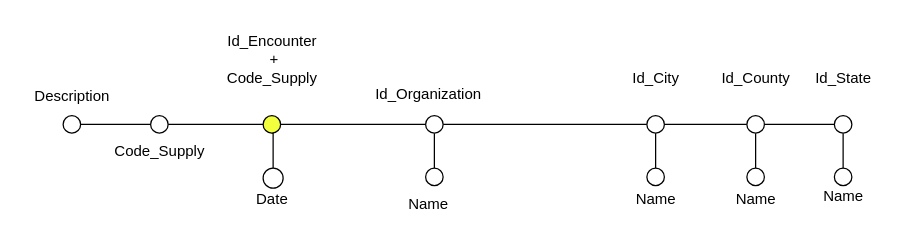
The draw.io diagram Alberi_Elaborated/Require.drawio in MircoPerna99/BigDataManagement_Team, before the edit. Source tidied: cells renumbered, new cells numbered last; positions are measured from the earlier drawing's top-left corner, leaving out a move shared by most shapes. Both pictures are drawn from the tidied source at 125%, with x=0, y=0 at pixel (21, 21).
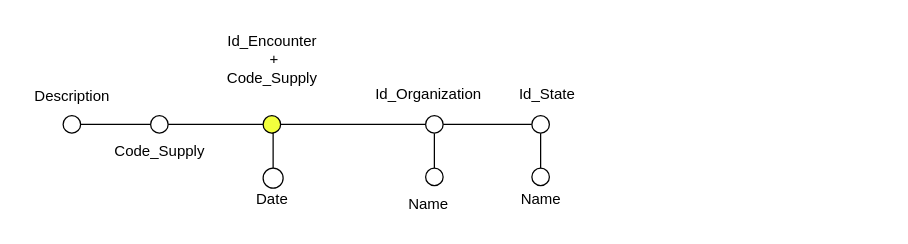
After the change.

Unchanged cells that the change refers to:
```xml
<mxCell id="14" style="ellipse;whiteSpace=wrap;html=1;fillColor=#FFFFFF;" parent="1" vertex="1">
  <mxGeometry x="323" y="75" width="14" height="14" as="geometry" />
</mxCell>
```

Change to the diagram source:
```diff
@@
-    <mxCell id="12" style="edgeStyle=orthogonalEdgeStyle;rounded=0;jettySize=auto;html=1;exitX=1;exitY=0.5;exitDx=0;exitDy=0;entryX=0;entryY=0.5;entryDx=0;entryDy=0;endArrow=none;startFill=0;endFill=1;" parent="1" edge="1" source="14" target="17">
-      <mxGeometry relative="1" as="geometry" />
-    </mxCell>
+    <mxCell id="37" style="edgeStyle=orthogonalEdgeStyle;rounded=0;jettySize=auto;html=1;exitX=1;exitY=0.5;exitDx=0;exitDy=0;entryX=0;entryY=0.5;entryDx=0;entryDy=0;endArrow=none;startFill=0;endFill=1;" parent="1" edge="1" source="14" target="38">
+      <mxGeometry relative="1" as="geometry" />
+    </mxCell>
@@
-    <mxCell id="16" style="edgeStyle=orthogonalEdgeStyle;rounded=0;jettySize=auto;html=1;exitX=1;exitY=0.5;exitDx=0;exitDy=0;entryX=0;entryY=0.5;entryDx=0;entryDy=0;endArrow=none;startFill=0;" parent="1" edge="1" source="17" target="26">
-      <mxGeometry relative="1" as="geometry" />
-    </mxCell>
-    <mxCell id="17" style="ellipse;whiteSpace=wrap;html=1;fillColor=#FFFFFF;" parent="1" vertex="1">
-      <mxGeometry x="500" y="75" width="14" height="14" as="geometry" />
-    </mxCell>
+    <mxCell id="38" style="ellipse;whiteSpace=wrap;html=1;fillColor=#FFFFFF;" parent="1" vertex="1">
+      <mxGeometry x="408" y="75" width="14" height="14" as="geometry" />
+    </mxCell>
@@
-    <mxCell id="20" value="Id_City" style="text;html=1;align=center;verticalAlign=middle;strokeColor=none;fillColor=none;" parent="1" vertex="1">
-      <mxGeometry x="477" y="30" width="60" height="30" as="geometry" />
-    </mxCell>
-    <mxCell id="21" style="edgeStyle=orthogonalEdgeStyle;rounded=0;jettySize=auto;html=1;entryX=0.5;entryY=1;entryDx=0;entryDy=0;endArrow=none;startFill=0;" parent="1" edge="1" source="22" target="17">
-      <mxGeometry relative="1" as="geometry" />
-    </mxCell>
-    <mxCell id="22" style="ellipse;whiteSpace=wrap;html=1;fillColor=#FFFFFF;" parent="1" vertex="1">
-      <mxGeometry x="500" y="117" width="14" height="14" as="geometry" />
-    </mxCell>
-    <mxCell id="23" value="Name" style="text;html=1;align=center;verticalAlign=middle;strokeColor=none;fillColor=none;" parent="1" vertex="1">
-      <mxGeometry x="477" y="127" width="60" height="30" as="geometry" />
-    </mxCell>
-    <mxCell id="24" style="edgeStyle=orthogonalEdgeStyle;rounded=0;jettySize=auto;html=1;exitX=0.5;exitY=1;exitDx=0;exitDy=0;entryX=0.5;entryY=0;entryDx=0;entryDy=0;endArrow=none;startFill=0;" parent="1" edge="1" source="26" target="28">
-      <mxGeometry relative="1" as="geometry" />
-    </mxCell>
-    <mxCell id="25" style="edgeStyle=orthogonalEdgeStyle;rounded=0;jettySize=auto;html=1;exitX=1;exitY=0.5;exitDx=0;exitDy=0;entryX=0;entryY=0.5;entryDx=0;entryDy=0;endArrow=none;startFill=0;" parent="1" edge="1" source="26" target="31">
-      <mxGeometry relative="1" as="geometry" />
-    </mxCell>
-    <mxCell id="26" style="ellipse;whiteSpace=wrap;html=1;fillColor=#FFFFFF;" parent="1" vertex="1">
-      <mxGeometry x="580" y="75" width="14" height="14" as="geometry" />
-    </mxCell>
-    <mxCell id="27" value="Id_County" style="text;html=1;align=center;verticalAlign=middle;strokeColor=none;fillColor=none;" parent="1" vertex="1">
-      <mxGeometry x="547" y="30" width="80" height="30" as="geometry" />
-    </mxCell>
-    <mxCell id="28" style="ellipse;whiteSpace=wrap;html=1;fillColor=#FFFFFF;" parent="1" vertex="1">
-      <mxGeometry x="580" y="117" width="14" height="14" as="geometry" />
-    </mxCell>
-    <mxCell id="29" value="Name" style="text;html=1;align=center;verticalAlign=middle;strokeColor=none;fillColor=none;" parent="1" vertex="1">
-      <mxGeometry x="557" y="127" width="60" height="30" as="geometry" />
-    </mxCell>
-    <mxCell id="30" style="edgeStyle=orthogonalEdgeStyle;rounded=0;jettySize=auto;html=1;exitX=0.5;exitY=1;exitDx=0;exitDy=0;entryX=0.5;entryY=0;entryDx=0;entryDy=0;endArrow=none;startFill=0;" parent="1" edge="1" source="31" target="33">
-      <mxGeometry relative="1" as="geometry" />
-    </mxCell>
-    <mxCell id="31" style="ellipse;whiteSpace=wrap;html=1;fillColor=#FFFFFF;" parent="1" vertex="1">
-      <mxGeometry x="650" y="75" width="14" height="14" as="geometry" />
-    </mxCell>
+    <mxCell id="39" style="edgeStyle=orthogonalEdgeStyle;rounded=0;jettySize=auto;html=1;entryX=0.5;entryY=1;entryDx=0;entryDy=0;endArrow=none;startFill=0;" parent="1" edge="1" source="40" target="38">
+      <mxGeometry relative="1" as="geometry" />
+    </mxCell>
+    <mxCell id="40" style="ellipse;whiteSpace=wrap;html=1;fillColor=#FFFFFF;" parent="1" vertex="1">
+      <mxGeometry x="408" y="117" width="14" height="14" as="geometry" />
+    </mxCell>
+    <mxCell id="41" value="Name" style="text;html=1;align=center;verticalAlign=middle;strokeColor=none;fillColor=none;" parent="1" vertex="1">
+      <mxGeometry x="385" y="127" width="60" height="30" as="geometry" />
+    </mxCell>
     <mxCell id="32" value="Id_State" style="text;html=1;align=center;verticalAlign=middle;strokeColor=none;fillColor=none;" parent="1" vertex="1">
-      <mxGeometry x="622" y="30" width="70" height="30" as="geometry" />
+      <mxGeometry x="385" y="43" width="70" height="30" as="geometry" />
     </mxCell>
-    <mxCell id="33" style="ellipse;whiteSpace=wrap;html=1;fillColor=#FFFFFF;" parent="1" vertex="1">
-      <mxGeometry x="650" y="117" width="14" height="14" as="geometry" />
-    </mxCell>
-    <mxCell id="34" value="Name" style="text;html=1;align=center;verticalAlign=middle;strokeColor=none;fillColor=none;" parent="1" vertex="1">
-      <mxGeometry x="627" y="125" width="60" height="30" as="geometry" />
-    </mxCell>
```
